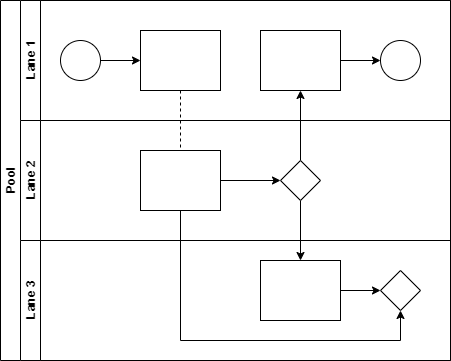
Before: Untitled Diagram.drawio.png, a diagram exported from draw.io (yangxiaoshang/DevBooks). Source tidied: cells renumbered, new cells last; positions are measured from the earlier drawing's top-left corner, leaving out a move shared by most shapes.
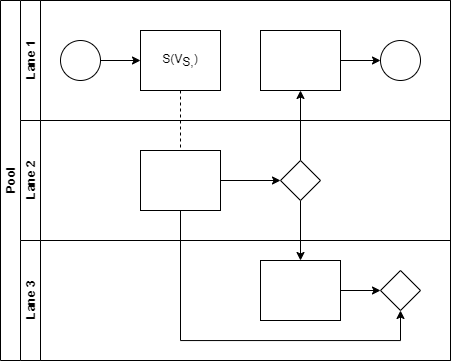
After the change.

Diff of the diagram source:
```diff
@@ -31,7 +31,7 @@
     <mxCell id="9" style="ellipse;whiteSpace=wrap;html=1;" parent="7" vertex="1">
       <mxGeometry x="40" y="40" width="40" height="40" as="geometry" />
     </mxCell>
-    <mxCell id="10" style="rounded=0;whiteSpace=wrap;html=1;fontFamily=Helvetica;fontSize=12;fontColor=#000000;align=center;" parent="7" vertex="1">
+    <mxCell id="10" value="S(V&lt;sub&gt;S,&lt;/sub&gt;)" style="rounded=0;whiteSpace=wrap;html=1;fontFamily=Helvetica;fontSize=12;fontColor=#000000;align=center;" parent="7" vertex="1">
       <mxGeometry x="120" y="30" width="80" height="60" as="geometry" />
     </mxCell>
     <mxCell id="11" style="edgeStyle=orthogonalEdgeStyle;rounded=0;jettySize=auto;html=1;endArrow=classic;endFill=1;" parent="7" edge="1" source="12" target="13">
```
